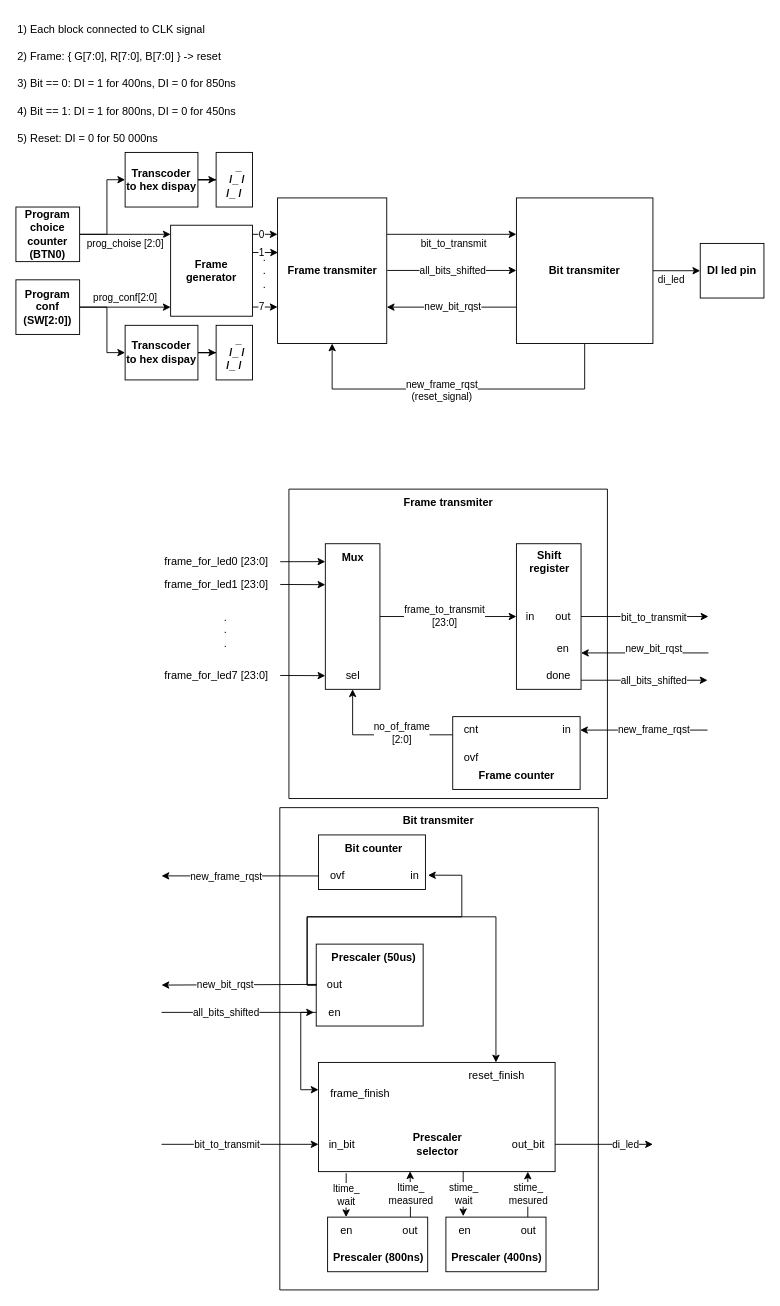
Before: LedSnake.drawio in r-smalec/LedSnake, a draw.io diagram. Source tidied: cells renumbered, new cells numbered last; positions are measured from the earlier drawing's top-left corner, leaving out a move shared by most shapes. Both pictures are drawn from the tidied source at 91%, with x=0, y=0 at pixel (15, 15).
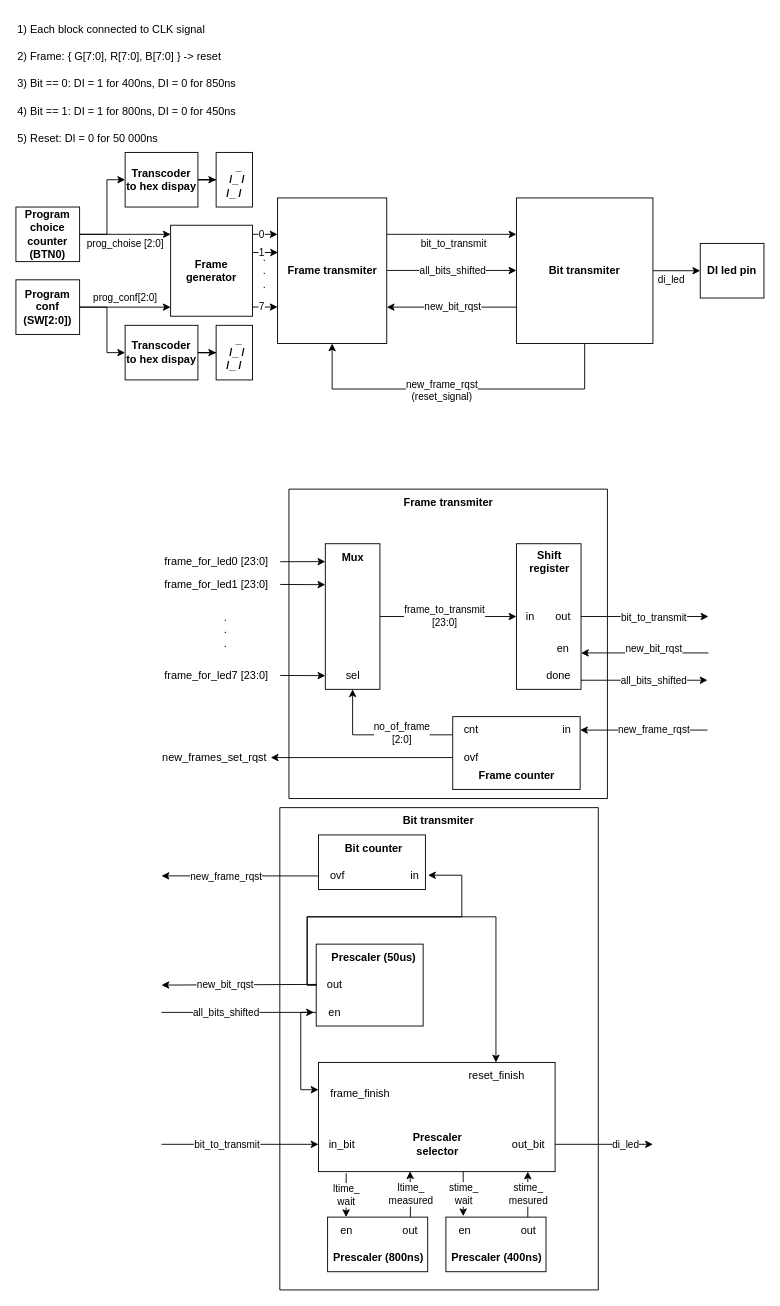
The same page after the edit.

Unchanged cells that the change refers to:
```xml
<mxCell id="53" value="ovf" style="text;html=1;align=center;verticalAlign=middle;points=[];strokeColor=none;fillColor=none;" parent="28" vertex="1">
  <mxGeometry x="180" y="280" width="40" height="30" as="geometry" />
</mxCell>
```

Change to the diagram source:
```diff
@@
+    <mxCell id="108" style="edgeStyle=none;html=1;" parent="1" edge="1" source="53">
+      <mxGeometry relative="1" as="geometry">
+        <mxPoint x="280" y="815" as="targetPoint" />
+      </mxGeometry>
+    </mxCell>
+    <mxCell id="109" value="new_frames_set_rqst" style="text;html=1;align=center;verticalAlign=middle;strokeColor=none;fillColor=none;" parent="1" vertex="1">
+      <mxGeometry x="147.5" y="800" width="140" height="30" as="geometry" />
+    </mxCell>
```
